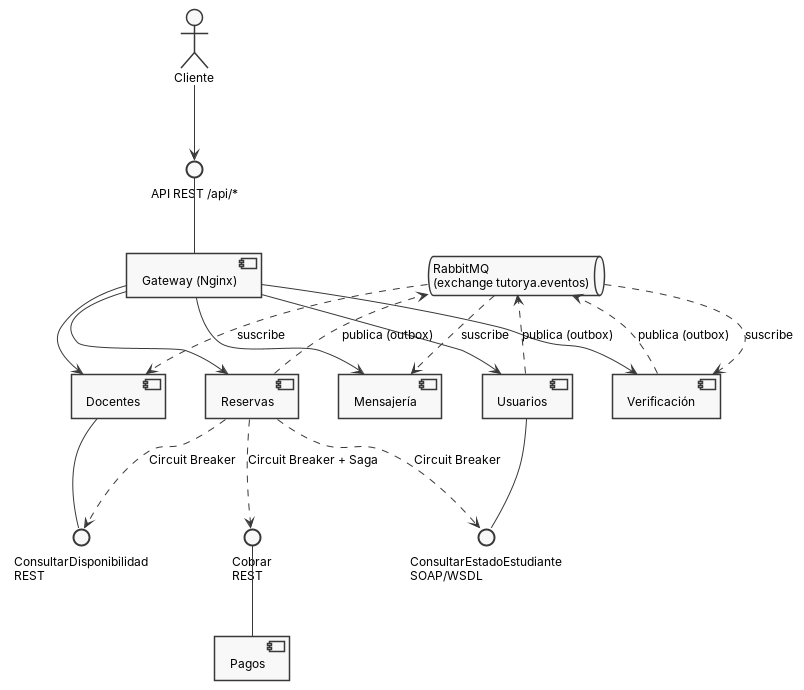
The PlantUML diagram docs/ut5/componentes.png in SebastianCuneo/tutorYA, before a commit. Its source is kept beside it as docs/ut5/componentes.puml.
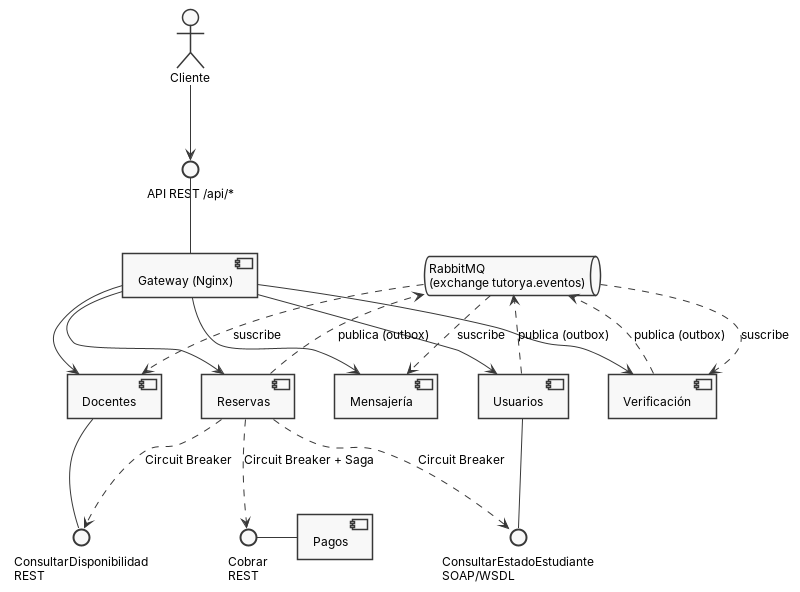
After the commit.

Commit message:
UT5: diagrama de componentes, Pagos al costado de su interfaz

Claude-Session: https://claude.ai/code/session_01Mu2WUyvK3Cd1Sy9WUUAcde

The edit, as a diff of the source:
```diff
@@ -35,7 +35,7 @@
 interface "Cobrar\nREST" as ICOB
 U -- ISOAP
 D -- IDISP
-P -up- ICOB
+ICOB - P
 R ..> ISOAP : Circuit Breaker
 R ..> IDISP : Circuit Breaker
 R ..> ICOB : Circuit Breaker + Saga
```
